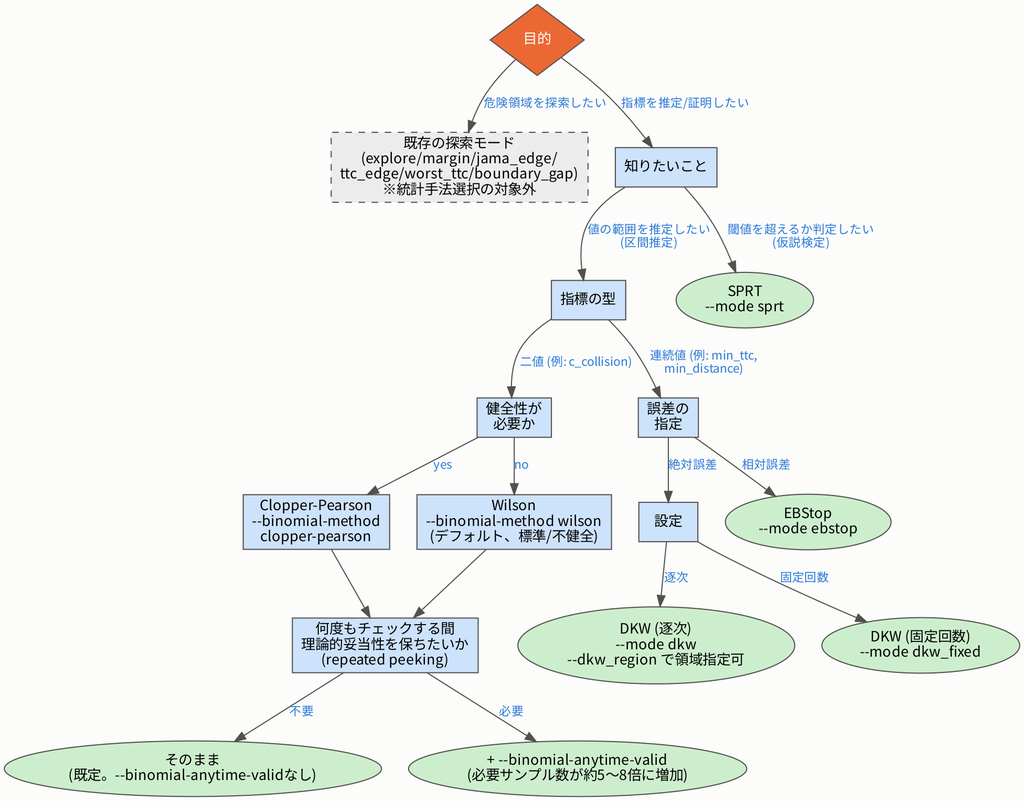
The Graphviz diagram docs/diagrams/awsim_tree.png in zlbhjl/AWSIM_launch, before a commit. Its source is kept beside it as docs/diagrams/awsim_tree.dot. Its diagram source:
```dot
digraph AWSIMTree {
  graph [fontname="Noto Sans CJK JP", nodesep=0.35, ranksep=0.55, bgcolor="#fcfcfb"];
  node [fontname="Noto Sans CJK JP", fontsize=13, style=filled, color="#52514e"];
  edge [fontname="Noto Sans CJK JP", fontsize=11, color="#52514e", fontcolor="#2a78d6"];

  purpose [label="目的", shape=diamond, fillcolor="#eb6834", fontcolor=white, width=1.2, height=0.9];
  explore_note [label="既存の探索モード\n(explore/margin/jama_edge/\nttc_edge/worst_ttc/boundary_gap)\n※統計手法選択の対象外", shape=box, style="filled,dashed", fillcolor="#ececec"];

  goal [label="知りたいこと", shape=box, fillcolor="#cde2fb"];
  proptype [label="指標の型", shape=box, fillcolor="#cde2fb"];
  sound_bin [label="健全性が\n必要か", shape=box, fillcolor="#cde2fb"];
  errtype [label="誤差の\n指定", shape=box, fillcolor="#cde2fb"];
  setting [label="設定", shape=box, fillcolor="#cde2fb"];

  sprt [label="SPRT\n--mode sprt", shape=ellipse, fillcolor="#cdeecd"];
  clopper [label="Clopper-Pearson\n--binomial-method\nclopper-pearson", shape=box, fillcolor="#cde2fb"];
  wilson [label="Wilson\n--binomial-method wilson\n(デフォルト、標準/不健全)", shape=box, fillcolor="#cde2fb"];
  peeking [label="何度もチェックする間\n理論的妥当性を保ちたいか\n(repeated peeking)", shape=box, fillcolor="#cde2fb"];
  peeking_no [label="そのまま\n(既定。--binomial-anytime-validなし)", shape=ellipse, fillcolor="#cdeecd"];
  peeking_yes [label="+ --binomial-anytime-valid\n(必要サンプル数が約5〜8倍に増加)", shape=ellipse, fillcolor="#cdeecd"];
  dkw_seq [label="DKW (逐次)\n--mode dkw\n--dkw_region で領域指定可", shape=ellipse, fillcolor="#cdeecd"];
  dkw_fixed [label="DKW (固定回数)\n--mode dkw_fixed", shape=ellipse, fillcolor="#cdeecd"];
  ebstop [label="EBStop\n--mode ebstop", shape=ellipse, fillcolor="#cdeecd"];

  purpose -> explore_note [label="危険領域を探索したい"];
  purpose -> goal [label="指標を推定/証明したい"];

  goal -> sprt [label="閾値を超えるか判定したい\n(仮説検定)"];
  goal -> proptype [label="値の範囲を推定したい\n(区間推定)"];

  proptype -> sound_bin [label="二値 (例: c_collision)"];
  proptype -> errtype [label="連続値 (例: min_ttc,\nmin_distance)"];

  sound_bin -> clopper [label="yes"];
  sound_bin -> wilson [label="no"];

  clopper -> peeking;
  wilson -> peeking;
  peeking -> peeking_no [label="不要"];
  peeking -> peeking_yes [label="必要"];

  errtype -> setting [label="絶対誤差"];
  errtype -> ebstop [label="相対誤差"];

  setting -> dkw_seq [label="逐次"];
  setting -> dkw_fixed [label="固定回数"];
}
```
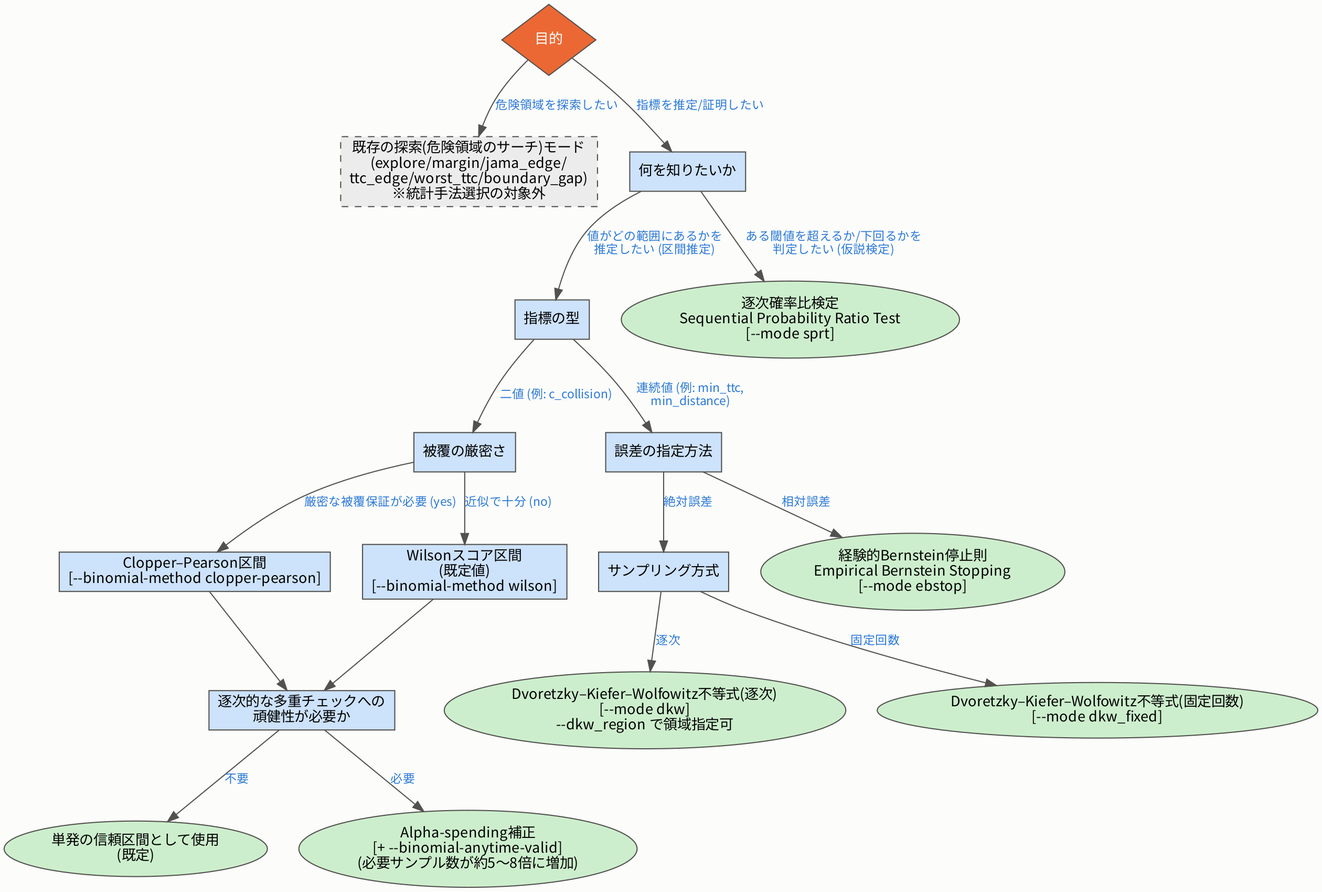
Above is the later version.

The edit, as a diff of the source:
```diff
@@ -1,38 +1,38 @@
 digraph AWSIMTree {
-  graph [fontname="Noto Sans CJK JP", nodesep=0.35, ranksep=0.55, bgcolor="#fcfcfb"];
+  graph [fontname="Noto Sans CJK JP", nodesep=0.4, ranksep=0.6, bgcolor="#fcfcfb"];
   node [fontname="Noto Sans CJK JP", fontsize=13, style=filled, color="#52514e"];
   edge [fontname="Noto Sans CJK JP", fontsize=11, color="#52514e", fontcolor="#2a78d6"];
 
   purpose [label="目的", shape=diamond, fillcolor="#eb6834", fontcolor=white, width=1.2, height=0.9];
-  explore_note [label="既存の探索モード\n(explore/margin/jama_edge/\nttc_edge/worst_ttc/boundary_gap)\n※統計手法選択の対象外", shape=box, style="filled,dashed", fillcolor="#ececec"];
+  explore_note [label="既存の探索(危険領域のサーチ)モード\n(explore/margin/jama_edge/\nttc_edge/worst_ttc/boundary_gap)\n※統計手法選択の対象外", shape=box, style="filled,dashed", fillcolor="#ececec"];
 
-  goal [label="知りたいこと", shape=box, fillcolor="#cde2fb"];
+  goal [label="何を知りたいか", shape=box, fillcolor="#cde2fb"];
   proptype [label="指標の型", shape=box, fillcolor="#cde2fb"];
-  sound_bin [label="健全性が\n必要か", shape=box, fillcolor="#cde2fb"];
-  errtype [label="誤差の\n指定", shape=box, fillcolor="#cde2fb"];
-  setting [label="設定", shape=box, fillcolor="#cde2fb"];
+  sound_bin [label="被覆の厳密さ", shape=box, fillcolor="#cde2fb"];
+  errtype [label="誤差の指定方法", shape=box, fillcolor="#cde2fb"];
+  setting [label="サンプリング方式", shape=box, fillcolor="#cde2fb"];
+  peeking [label="逐次的な多重チェックへの\n頑健性が必要か", shape=box, fillcolor="#cde2fb"];
 
-  sprt [label="SPRT\n--mode sprt", shape=ellipse, fillcolor="#cdeecd"];
-  clopper [label="Clopper-Pearson\n--binomial-method\nclopper-pearson", shape=box, fillcolor="#cde2fb"];
-  wilson [label="Wilson\n--binomial-method wilson\n(デフォルト、標準/不健全)", shape=box, fillcolor="#cde2fb"];
-  peeking [label="何度もチェックする間\n理論的妥当性を保ちたいか\n(repeated peeking)", shape=box, fillcolor="#cde2fb"];
-  peeking_no [label="そのまま\n(既定。--binomial-anytime-validなし)", shape=ellipse, fillcolor="#cdeecd"];
-  peeking_yes [label="+ --binomial-anytime-valid\n(必要サンプル数が約5〜8倍に増加)", shape=ellipse, fillcolor="#cdeecd"];
-  dkw_seq [label="DKW (逐次)\n--mode dkw\n--dkw_region で領域指定可", shape=ellipse, fillcolor="#cdeecd"];
-  dkw_fixed [label="DKW (固定回数)\n--mode dkw_fixed", shape=ellipse, fillcolor="#cdeecd"];
-  ebstop [label="EBStop\n--mode ebstop", shape=ellipse, fillcolor="#cdeecd"];
+  sprt [label="逐次確率比検定\nSequential Probability Ratio Test\n[--mode sprt]", shape=ellipse, fillcolor="#cdeecd"];
+  clopper [label="Clopper–Pearson区間\n[--binomial-method clopper-pearson]", shape=box, fillcolor="#cde2fb"];
+  wilson [label="Wilsonスコア区間\n(既定値)\n[--binomial-method wilson]", shape=box, fillcolor="#cde2fb"];
+  peeking_no [label="単発の信頼区間として使用\n(既定)", shape=ellipse, fillcolor="#cdeecd"];
+  peeking_yes [label="Alpha-spending補正\n[+ --binomial-anytime-valid]\n(必要サンプル数が約5〜8倍に増加)", shape=ellipse, fillcolor="#cdeecd"];
+  dkw_seq [label="Dvoretzky–Kiefer–Wolfowitz不等式(逐次)\n[--mode dkw]\n--dkw_region で領域指定可", shape=ellipse, fillcolor="#cdeecd"];
+  dkw_fixed [label="Dvoretzky–Kiefer–Wolfowitz不等式(固定回数)\n[--mode dkw_fixed]", shape=ellipse, fillcolor="#cdeecd"];
+  ebstop [label="経験的Bernstein停止則\nEmpirical Bernstein Stopping\n[--mode ebstop]", shape=ellipse, fillcolor="#cdeecd"];
 
   purpose -> explore_note [label="危険領域を探索したい"];
   purpose -> goal [label="指標を推定/証明したい"];
 
-  goal -> sprt [label="閾値を超えるか判定したい\n(仮説検定)"];
-  goal -> proptype [label="値の範囲を推定したい\n(区間推定)"];
+  goal -> sprt [label="ある閾値を超えるか/下回るかを\n判定したい (仮説検定)"];
+  goal -> proptype [label="値がどの範囲にあるかを\n推定したい (区間推定)"];
 
   proptype -> sound_bin [label="二値 (例: c_collision)"];
   proptype -> errtype [label="連続値 (例: min_ttc,\nmin_distance)"];
 
-  sound_bin -> clopper [label="yes"];
-  sound_bin -> wilson [label="no"];
+  sound_bin -> clopper [label="厳密な被覆保証が必要 (yes)"];
+  sound_bin -> wilson [label="近似で十分 (no)"];
 
   clopper -> peeking;
   wilson -> peeking;
```
